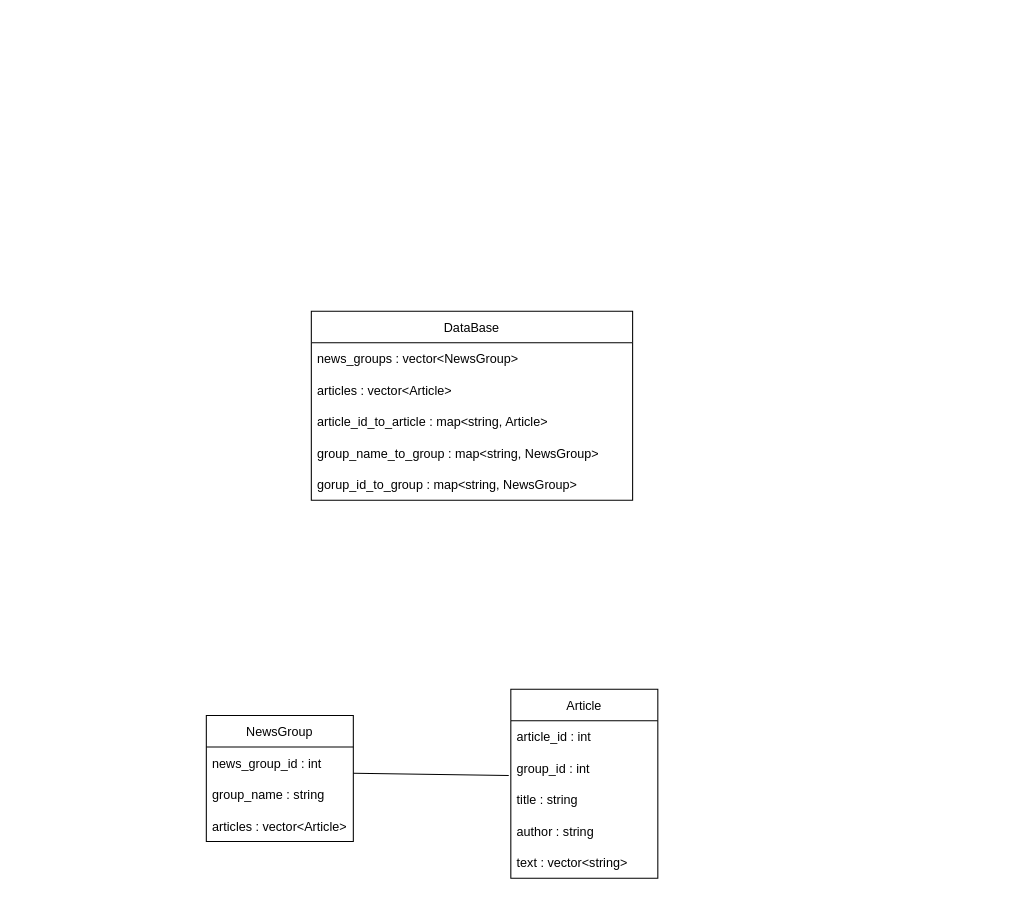
The draw.io diagram projekt.drawio in fr3632ho/edaf50_project, before the edit. Source tidied: cells renumbered, new cells numbered last; positions are measured from the earlier drawing's top-left corner, leaving out a move shared by most shapes. Both pictures are drawn from the tidied source at 105%, with x=0, y=0 at pixel (206, 311).
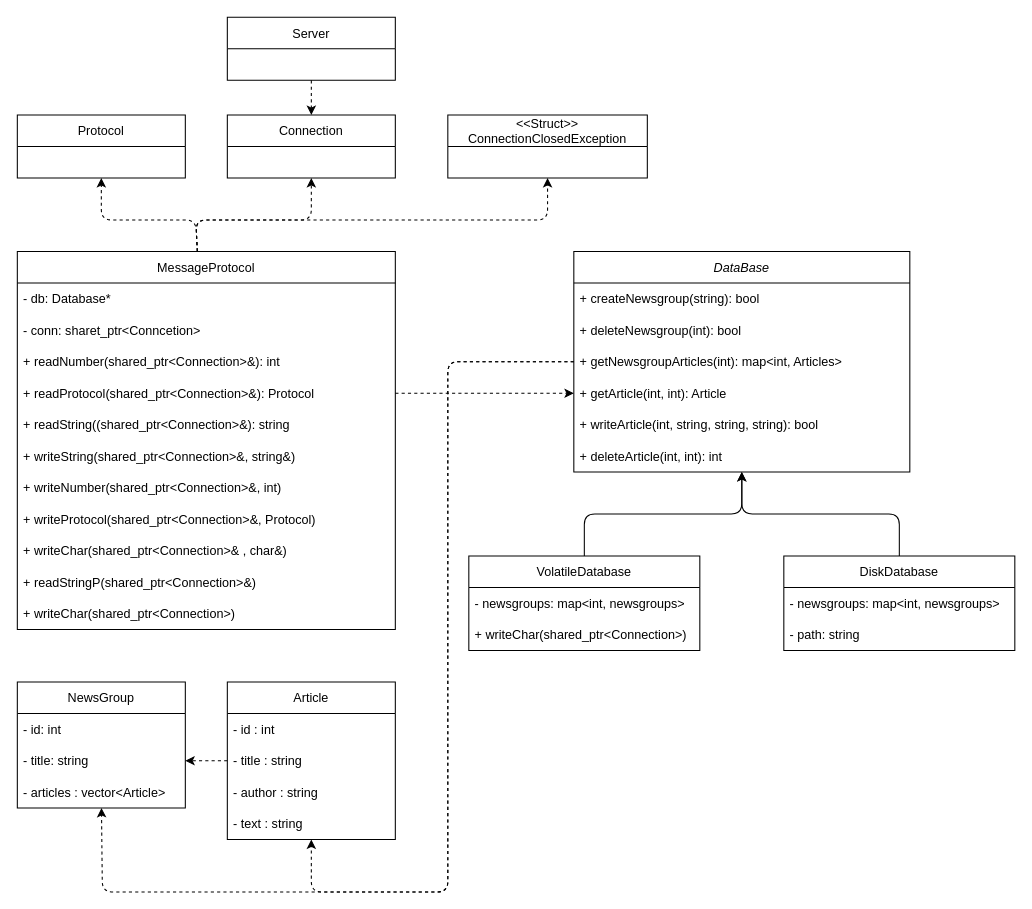
Above is the later version.

The edit, as a diff of the source:
```diff
@@
     <mxCell id="2" value="NewsGroup" style="swimlane;fontStyle=0;horizontal=1;startSize=30;" parent="1" vertex="1">
-      <mxGeometry y="385" width="140" height="120" as="geometry" />
+      <mxGeometry x="-180" y="353" width="160" height="120" as="geometry" />
     </mxCell>
-    <mxCell id="3" value="news_group_id : int" style="text;strokeColor=none;fillColor=none;align=left;verticalAlign=middle;spacingLeft=4;spacingRight=4;overflow=hidden;" parent="2" vertex="1">
-      <mxGeometry y="30" width="140" height="30" as="geometry" />
+    <mxCell id="3" value="- id: int    " style="text;strokeColor=none;fillColor=none;align=left;verticalAlign=middle;spacingLeft=4;spacingRight=4;overflow=hidden;" parent="2" vertex="1">
+      <mxGeometry y="30" width="160" height="30" as="geometry" />
     </mxCell>
-    <mxCell id="4" value="group_name : string" style="text;strokeColor=none;fillColor=none;align=left;verticalAlign=middle;spacingLeft=4;spacingRight=4;overflow=hidden;points=[[0,0.5],[1,0.5]];portConstraint=eastwest;" parent="2" vertex="1">
-      <mxGeometry y="60" width="140" height="30" as="geometry" />
+    <mxCell id="4" value="- title: string" style="text;strokeColor=none;fillColor=none;align=left;verticalAlign=middle;spacingLeft=4;spacingRight=4;overflow=hidden;points=[[0,0.5],[1,0.5]];portConstraint=eastwest;" parent="2" vertex="1">
+      <mxGeometry y="60" width="160" height="30" as="geometry" />
     </mxCell>
-    <mxCell id="5" value="articles : vector&lt;Article&gt;" style="text;strokeColor=none;fillColor=none;align=left;verticalAlign=middle;spacingLeft=4;spacingRight=4;overflow=hidden;points=[[0,0.5],[1,0.5]];portConstraint=eastwest;" parent="2" vertex="1">
-      <mxGeometry y="90" width="140" height="30" as="geometry" />
+    <mxCell id="5" value="- articles : vector&lt;Article&gt;" style="text;strokeColor=none;fillColor=none;align=left;verticalAlign=middle;spacingLeft=4;spacingRight=4;overflow=hidden;points=[[0,0.5],[1,0.5]];portConstraint=eastwest;" parent="2" vertex="1">
+      <mxGeometry y="90" width="160" height="30" as="geometry" />
     </mxCell>
     <mxCell id="6" value="Article" style="swimlane;fontStyle=0;horizontal=1;startSize=30;" parent="1" vertex="1">
-      <mxGeometry x="290" y="360" width="140" height="180" as="geometry" />
+      <mxGeometry x="20" y="353" width="160" height="150" as="geometry" />
     </mxCell>
-    <mxCell id="7" value="article_id : int" style="text;strokeColor=none;fillColor=none;align=left;verticalAlign=middle;spacingLeft=4;spacingRight=4;overflow=hidden;" parent="6" vertex="1">
-      <mxGeometry y="30" width="140" height="30" as="geometry" />
+    <mxCell id="7" value="- id : int" style="text;strokeColor=none;fillColor=none;align=left;verticalAlign=middle;spacingLeft=4;spacingRight=4;overflow=hidden;" parent="6" vertex="1">
+      <mxGeometry y="30" width="160" height="30" as="geometry" />
     </mxCell>
-    <mxCell id="8" value="group_id : int" style="text;strokeColor=none;fillColor=none;align=left;verticalAlign=middle;spacingLeft=4;spacingRight=4;overflow=hidden;points=[[0,0.5],[1,0.5]];portConstraint=eastwest;" parent="6" vertex="1">
-      <mxGeometry y="60" width="140" height="30" as="geometry" />
-    </mxCell>
-    <mxCell id="9" value="title : string" style="text;strokeColor=none;fillColor=none;align=left;verticalAlign=middle;spacingLeft=4;spacingRight=4;overflow=hidden;points=[[0,0.5],[1,0.5]];portConstraint=eastwest;" parent="6" vertex="1">
-      <mxGeometry y="90" width="140" height="30" as="geometry" />
+    <mxCell id="9" value="- title : string" style="text;strokeColor=none;fillColor=none;align=left;verticalAlign=middle;spacingLeft=4;spacingRight=4;overflow=hidden;points=[[0,0.5],[1,0.5]];portConstraint=eastwest;" parent="6" vertex="1">
+      <mxGeometry y="60" width="160" height="30" as="geometry" />
     </mxCell>
-    <mxCell id="10" value="author : string" style="text;strokeColor=none;fillColor=none;align=left;verticalAlign=middle;spacingLeft=4;spacingRight=4;overflow=hidden;" parent="6" vertex="1">
-      <mxGeometry y="120" width="140" height="30" as="geometry" />
+    <mxCell id="10" value="- author : string" style="text;strokeColor=none;fillColor=none;align=left;verticalAlign=middle;spacingLeft=4;spacingRight=4;overflow=hidden;" parent="6" vertex="1">
+      <mxGeometry y="90" width="160" height="30" as="geometry" />
     </mxCell>
-    <mxCell id="11" value="text : vector&lt;string&gt;" style="text;strokeColor=none;fillColor=none;align=left;verticalAlign=middle;spacingLeft=4;spacingRight=4;overflow=hidden;points=[[0,0.5],[1,0.5]];portConstraint=eastwest;" parent="6" vertex="1">
-      <mxGeometry y="150" width="140" height="30" as="geometry" />
+    <mxCell id="11" value="- text : string" style="text;strokeColor=none;fillColor=none;align=left;verticalAlign=middle;spacingLeft=4;spacingRight=4;overflow=hidden;points=[[0,0.5],[1,0.5]];portConstraint=eastwest;" parent="6" vertex="1">
+      <mxGeometry y="120" width="160" height="30" as="geometry" />
     </mxCell>
-    <mxCell id="12" value="DataBase" style="swimlane;fontStyle=0;horizontal=1;startSize=30;" parent="1" vertex="1">
-      <mxGeometry x="100" width="306" height="180" as="geometry" />
+    <mxCell id="12" value="DataBase" style="swimlane;fontStyle=2;horizontal=1;startSize=30;" parent="1" vertex="1">
+      <mxGeometry x="350" y="-57" width="320" height="210" as="geometry" />
     </mxCell>
-    <mxCell id="13" value="news_groups : vector&lt;NewsGroup&gt;" style="text;strokeColor=none;fillColor=none;align=left;verticalAlign=middle;spacingLeft=4;spacingRight=4;overflow=hidden;" parent="12" vertex="1">
-      <mxGeometry y="30" width="306" height="30" as="geometry" />
+    <mxCell id="13" value="+ createNewsgroup(string): bool" style="text;strokeColor=none;fillColor=none;align=left;verticalAlign=middle;spacingLeft=4;spacingRight=4;overflow=hidden;" parent="12" vertex="1">
+      <mxGeometry y="30" width="320" height="30" as="geometry" />
     </mxCell>
-    <mxCell id="14" value="articles : vector&lt;Article&gt;" style="text;strokeColor=none;fillColor=none;align=left;verticalAlign=middle;spacingLeft=4;spacingRight=4;overflow=hidden;" parent="12" vertex="1">
-      <mxGeometry y="60" width="306" height="30" as="geometry" />
+    <mxCell id="14" value="+ deleteNewsgroup(int): bool" style="text;strokeColor=none;fillColor=none;align=left;verticalAlign=middle;spacingLeft=4;spacingRight=4;overflow=hidden;" parent="12" vertex="1">
+      <mxGeometry y="60" width="320" height="30" as="geometry" />
     </mxCell>
-    <mxCell id="15" value="article_id_to_article : map&lt;string, Article&gt;" style="text;strokeColor=none;fillColor=none;align=left;verticalAlign=middle;spacingLeft=4;spacingRight=4;overflow=hidden;" parent="12" vertex="1">
-      <mxGeometry y="90" width="306" height="30" as="geometry" />
+    <mxCell id="15" value="+ getNewsgroupArticles(int): map&lt;int, Articles&gt;" style="text;strokeColor=none;fillColor=none;align=left;verticalAlign=middle;spacingLeft=4;spacingRight=4;overflow=hidden;" parent="12" vertex="1">
+      <mxGeometry y="90" width="320" height="30" as="geometry" />
     </mxCell>
-    <mxCell id="16" value="group_name_to_group : map&lt;string, NewsGroup&gt;" style="text;strokeColor=none;fillColor=none;align=left;verticalAlign=middle;spacingLeft=4;spacingRight=4;overflow=hidden;points=[[0,0.5],[1,0.5]];portConstraint=eastwest;" parent="12" vertex="1">
-      <mxGeometry y="120" width="306" height="30" as="geometry" />
+    <mxCell id="16" value="+ getArticle(int, int): Article" style="text;strokeColor=none;fillColor=none;align=left;verticalAlign=middle;spacingLeft=4;spacingRight=4;overflow=hidden;points=[[0,0.5],[1,0.5]];portConstraint=eastwest;" parent="12" vertex="1">
+      <mxGeometry y="120" width="320" height="30" as="geometry" />
     </mxCell>
-    <mxCell id="17" value="gorup_id_to_group : map&lt;string, NewsGroup&gt;" style="text;strokeColor=none;fillColor=none;align=left;verticalAlign=middle;spacingLeft=4;spacingRight=4;overflow=hidden;" parent="12" vertex="1">
-      <mxGeometry y="150" width="306" height="30" as="geometry" />
+    <mxCell id="17" value="+ writeArticle(int, string, string, string): bool" style="text;strokeColor=none;fillColor=none;align=left;verticalAlign=middle;spacingLeft=4;spacingRight=4;overflow=hidden;" parent="12" vertex="1">
+      <mxGeometry y="150" width="320" height="30" as="geometry" />
     </mxCell>
-    <mxCell id="18" style="endArrow=none;html=1;rounded=0;entryX=-0.014;entryY=0.733;entryDx=0;entryDy=0;entryPerimeter=0;" parent="1" edge="1" target="8">
-      <mxGeometry relative="1" as="geometry">
-        <mxPoint x="140" y="440" as="sourcePoint" />
-      </mxGeometry>
-    </mxCell>
+    <mxCell id="19" value="+ deleteArticle(int, int): int" style="text;strokeColor=none;fillColor=none;align=left;verticalAlign=middle;spacingLeft=4;spacingRight=4;overflow=hidden;points=[[0,0.5],[1,0.5]];portConstraint=eastwest;" parent="12" vertex="1">
+      <mxGeometry y="180" width="320" height="30" as="geometry" />
+    </mxCell>
+    <mxCell id="20" value="VolatileDatabase" style="swimlane;fontStyle=0;horizontal=1;startSize=30;" parent="1" vertex="1">
+      <mxGeometry x="250" y="233" width="220" height="90" as="geometry" />
+    </mxCell>
+    <mxCell id="21" value="- newsgroups: map&lt;int, newsgroups&gt;" style="text;strokeColor=none;fillColor=none;align=left;verticalAlign=middle;spacingLeft=4;spacingRight=4;overflow=hidden;" parent="20" vertex="1">
+      <mxGeometry y="30" width="220" height="30" as="geometry" />
+    </mxCell>
+    <mxCell id="22" value="+ writeChar(shared_ptr&lt;Connection&gt;)" style="text;strokeColor=none;fillColor=none;align=left;verticalAlign=middle;spacingLeft=4;spacingRight=4;overflow=hidden;" parent="20" vertex="1">
+      <mxGeometry y="60" width="220" height="30" as="geometry" />
+    </mxCell>
+    <mxCell id="23" value="DiskDatabase" style="swimlane;fontStyle=0;horizontal=1;startSize=30;" parent="1" vertex="1">
+      <mxGeometry x="550" y="233" width="220" height="90" as="geometry" />
+    </mxCell>
+    <mxCell id="24" value="- newsgroups: map&lt;int, newsgroups&gt;" style="text;strokeColor=none;fillColor=none;align=left;verticalAlign=middle;spacingLeft=4;spacingRight=4;overflow=hidden;" parent="23" vertex="1">
+      <mxGeometry y="30" width="220" height="30" as="geometry" />
+    </mxCell>
+    <mxCell id="25" value="- path: string" style="text;strokeColor=none;fillColor=none;align=left;verticalAlign=middle;spacingLeft=4;spacingRight=4;overflow=hidden;" parent="23" vertex="1">
+      <mxGeometry y="60" width="220" height="30" as="geometry" />
+    </mxCell>
+    <mxCell id="26" style="endArrow=classic;html=1;" parent="1" edge="1" source="20" target="19">
+      <mxGeometry relative="1" as="geometry">
+        <Array as="points">
+          <mxPoint x="360" y="193" />
+          <mxPoint x="510" y="193" />
+        </Array>
+      </mxGeometry>
+    </mxCell>
+    <mxCell id="27" style="endArrow=classic;html=1;" parent="1" edge="1" source="23" target="19">
+      <mxGeometry relative="1" as="geometry">
+        <Array as="points">
+          <mxPoint x="660" y="193" />
+          <mxPoint x="510" y="193" />
+        </Array>
+      </mxGeometry>
+    </mxCell>
+    <mxCell id="28" value="Connection" style="swimlane;fontStyle=0;horizontal=1;startSize=30;" parent="1" vertex="1">
+      <mxGeometry x="20" y="-187" width="160" height="60" as="geometry" />
+    </mxCell>
+    <mxCell id="29" value="Server" style="swimlane;fontStyle=0;horizontal=1;startSize=30;" parent="1" vertex="1">
+      <mxGeometry x="20" y="-280" width="160" height="60" as="geometry" />
+    </mxCell>
+    <mxCell id="30" value="&lt;&lt;Struct&gt;&gt;&#10;ConnectionClosedException" style="swimlane;fontStyle=0;horizontal=1;startSize=30;" parent="1" vertex="1">
+      <mxGeometry x="230" y="-187" width="190" height="60" as="geometry" />
+    </mxCell>
+    <mxCell id="31" value="MessageProtocol" style="swimlane;fontStyle=0;horizontal=1;startSize=30;" parent="1" vertex="1">
+      <mxGeometry x="-180" y="-57" width="360" height="360" as="geometry" />
+    </mxCell>
+    <mxCell id="32" value="- db: Database*" style="text;strokeColor=none;fillColor=none;align=left;verticalAlign=middle;spacingLeft=4;spacingRight=4;overflow=hidden;" parent="31" vertex="1">
+      <mxGeometry y="30" width="360" height="30" as="geometry" />
+    </mxCell>
+    <mxCell id="33" value="- conn: sharet_ptr&lt;Conncetion&gt;" style="text;strokeColor=none;fillColor=none;align=left;verticalAlign=middle;spacingLeft=4;spacingRight=4;overflow=hidden;" parent="31" vertex="1">
+      <mxGeometry y="60" width="360" height="30" as="geometry" />
+    </mxCell>
+    <mxCell id="34" value="+ readNumber(shared_ptr&lt;Connection&gt;&amp;): int" style="text;strokeColor=none;fillColor=none;align=left;verticalAlign=middle;spacingLeft=4;spacingRight=4;overflow=hidden;" parent="31" vertex="1">
+      <mxGeometry y="90" width="360" height="30" as="geometry" />
+    </mxCell>
+    <mxCell id="35" value="+ readProtocol(shared_ptr&lt;Connection&gt;&amp;): Protocol" style="text;strokeColor=none;fillColor=none;align=left;verticalAlign=middle;spacingLeft=4;spacingRight=4;overflow=hidden;points=[[0,0.5],[1,0.5]];portConstraint=eastwest;" parent="31" vertex="1">
+      <mxGeometry y="120" width="360" height="30" as="geometry" />
+    </mxCell>
+    <mxCell id="36" value="+ readString((shared_ptr&lt;Connection&gt;&amp;): string" style="text;strokeColor=none;fillColor=none;align=left;verticalAlign=middle;spacingLeft=4;spacingRight=4;overflow=hidden;" parent="31" vertex="1">
+      <mxGeometry y="150" width="360" height="30" as="geometry" />
+    </mxCell>
+    <mxCell id="37" value="+ writeString(shared_ptr&lt;Connection&gt;&amp;, string&amp;)" style="text;strokeColor=none;fillColor=none;align=left;verticalAlign=middle;spacingLeft=4;spacingRight=4;overflow=hidden;" parent="31" vertex="1">
+      <mxGeometry y="180" width="360" height="30" as="geometry" />
+    </mxCell>
+    <mxCell id="38" value="+ writeNumber(shared_ptr&lt;Connection&gt;&amp;, int)" style="text;strokeColor=none;fillColor=none;align=left;verticalAlign=middle;spacingLeft=4;spacingRight=4;overflow=hidden;" parent="31" vertex="1">
+      <mxGeometry y="210" width="360" height="30" as="geometry" />
+    </mxCell>
+    <mxCell id="39" value="+ writeProtocol(shared_ptr&lt;Connection&gt;&amp;, Protocol)" style="text;strokeColor=none;fillColor=none;align=left;verticalAlign=middle;spacingLeft=4;spacingRight=4;overflow=hidden;" parent="31" vertex="1">
+      <mxGeometry y="240" width="360" height="30" as="geometry" />
+    </mxCell>
+    <mxCell id="40" value="+ writeChar(shared_ptr&lt;Connection&gt;&amp; , char&amp;)" style="text;strokeColor=none;fillColor=none;align=left;verticalAlign=middle;spacingLeft=4;spacingRight=4;overflow=hidden;" parent="31" vertex="1">
+      <mxGeometry y="270" width="360" height="30" as="geometry" />
+    </mxCell>
+    <mxCell id="41" value="+ readStringP(shared_ptr&lt;Connection&gt;&amp;)" style="text;strokeColor=none;fillColor=none;align=left;verticalAlign=middle;spacingLeft=4;spacingRight=4;overflow=hidden;" parent="31" vertex="1">
+      <mxGeometry y="300" width="360" height="30" as="geometry" />
+    </mxCell>
+    <mxCell id="42" value="+ writeChar(shared_ptr&lt;Connection&gt;)" style="text;strokeColor=none;fillColor=none;align=left;verticalAlign=middle;spacingLeft=4;spacingRight=4;overflow=hidden;" parent="31" vertex="1">
+      <mxGeometry y="330" width="360" height="30" as="geometry" />
+    </mxCell>
+    <mxCell id="43" value="Protocol" style="swimlane;fontStyle=0;horizontal=1;startSize=30;" parent="1" vertex="1">
+      <mxGeometry x="-180" y="-187" width="160" height="60" as="geometry" />
+    </mxCell>
+    <mxCell id="44" style="html=1;labelBackgroundColor=#ffffff;startArrow=none;startFill=0;startSize=6;endArrow=classic;endFill=1;endSize=6;jettySize=auto;strokeWidth=1;dashed=1;fontSize=14;entryX=1;entryY=0.5;entryDx=0;entryDy=0;exitX=0;exitY=0.5;exitDx=0;exitDy=0;" parent="1" edge="1" source="9" target="4">
+      <mxGeometry relative="1" as="geometry" />
+    </mxCell>
+    <mxCell id="45" style="html=1;labelBackgroundColor=#ffffff;startArrow=none;startFill=0;startSize=6;endArrow=classic;endFill=1;endSize=6;jettySize=auto;strokeWidth=1;dashed=1;fontSize=14;" parent="1" edge="1" source="12" target="5">
+      <mxGeometry relative="1" as="geometry">
+        <Array as="points">
+          <mxPoint x="230" y="48" />
+          <mxPoint x="230" y="553" />
+          <mxPoint x="-99" y="553" />
+        </Array>
+      </mxGeometry>
+    </mxCell>
+    <mxCell id="46" style="html=1;labelBackgroundColor=#ffffff;startArrow=none;startFill=0;startSize=6;endArrow=classic;endFill=1;endSize=6;jettySize=auto;strokeWidth=1;dashed=1;fontSize=14;" parent="1" edge="1" source="12" target="11">
+      <mxGeometry relative="1" as="geometry">
+        <Array as="points">
+          <mxPoint x="230" y="48" />
+          <mxPoint x="230" y="553" />
+          <mxPoint x="100" y="553" />
+        </Array>
+      </mxGeometry>
+    </mxCell>
+    <mxCell id="47" style="html=1;labelBackgroundColor=#ffffff;startArrow=none;startFill=0;startSize=6;endArrow=classic;endFill=1;endSize=6;jettySize=auto;strokeWidth=1;dashed=1;fontSize=14;" parent="1" edge="1" source="31" target="43">
+      <mxGeometry relative="1" as="geometry">
+        <Array as="points">
+          <mxPoint x="-10" y="-87" />
+          <mxPoint x="-100" y="-87" />
+        </Array>
+      </mxGeometry>
+    </mxCell>
+    <mxCell id="48" style="html=1;labelBackgroundColor=#ffffff;startArrow=none;startFill=0;startSize=6;endArrow=classic;endFill=1;endSize=6;jettySize=auto;strokeWidth=1;dashed=1;fontSize=14;" parent="1" edge="1" source="31" target="28">
+      <mxGeometry relative="1" as="geometry">
+        <Array as="points">
+          <mxPoint x="-10" y="-87" />
+          <mxPoint x="100" y="-87" />
+        </Array>
+      </mxGeometry>
+    </mxCell>
+    <mxCell id="49" style="html=1;labelBackgroundColor=#ffffff;startArrow=none;startFill=0;startSize=6;endArrow=classic;endFill=1;endSize=6;jettySize=auto;strokeWidth=1;dashed=1;fontSize=14;" parent="1" edge="1" source="31" target="30">
+      <mxGeometry relative="1" as="geometry">
+        <Array as="points">
+          <mxPoint x="-10" y="-87" />
+          <mxPoint x="325" y="-87" />
+        </Array>
+      </mxGeometry>
+    </mxCell>
+    <mxCell id="50" style="html=1;labelBackgroundColor=#ffffff;startArrow=none;startFill=0;startSize=6;endArrow=classic;endFill=1;endSize=6;jettySize=auto;strokeWidth=1;dashed=1;fontSize=14;" parent="1" edge="1" source="29" target="28">
+      <mxGeometry relative="1" as="geometry" />
+    </mxCell>
+    <mxCell id="51" style="html=1;labelBackgroundColor=#ffffff;startArrow=none;startFill=0;startSize=6;endArrow=classic;endFill=1;endSize=6;jettySize=auto;strokeWidth=1;dashed=1;fontSize=14;entryX=0;entryY=0.5;entryDx=0;entryDy=0;" parent="1" edge="1" source="35" target="16">
+      <mxGeometry relative="1" as="geometry" />
+    </mxCell>
```
